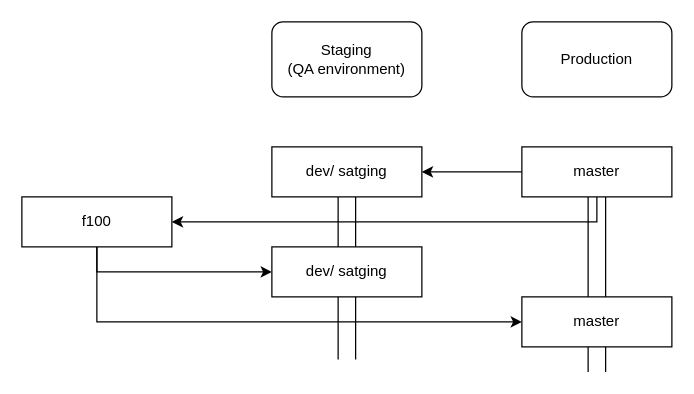
Above: page "Two Envs" (2 of 3) of github-workflow.drawio in moshe-pinhasi/git-workflow (draw.io), before the change. Source tidied: cells renumbered, new cells numbered last; positions are measured from the earlier drawing's top-left corner, leaving out a move shared by most shapes. Both pictures are drawn from the tidied source at 125%, with x=0, y=0 at pixel (21, 21).
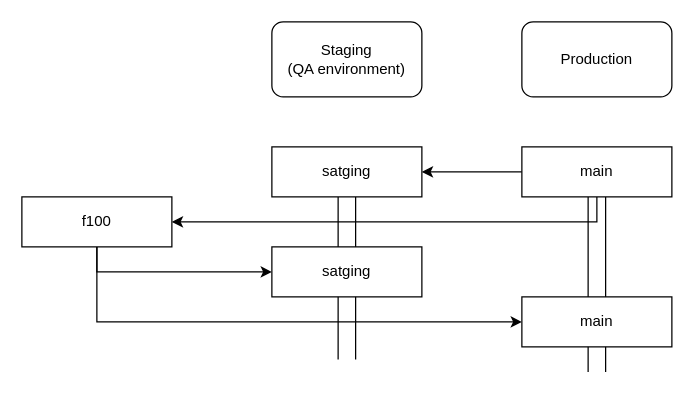
After the change.

The edit, as a diff of the source:
```diff
@@
 <mxGraphModel>
   <root>
     <mxCell id="0" />
     <mxCell id="1" parent="0" />
     <mxCell id="2" style="edgeStyle=orthogonalEdgeStyle;rounded=0;jettySize=auto;html=1;exitX=0;exitY=0.5;exitDx=0;exitDy=0;" parent="1" edge="1" source="4" target="5">
       <mxGeometry relative="1" as="geometry" />
     </mxCell>
     <mxCell id="3" style="edgeStyle=orthogonalEdgeStyle;rounded=0;jettySize=auto;html=1;exitX=0.5;exitY=1;exitDx=0;exitDy=0;" parent="1" edge="1" source="4" target="7">
       <mxGeometry relative="1" as="geometry" />
     </mxCell>
-    <mxCell id="4" value="master" style="rounded=0;whiteSpace=wrap;html=1;" parent="1" vertex="1">
+    <mxCell id="4" value="main" style="rounded=0;whiteSpace=wrap;html=1;" parent="1" vertex="1">
       <mxGeometry x="400" y="100" width="120" height="40" as="geometry" />
     </mxCell>
-    <mxCell id="5" value="dev/ satging" style="rounded=0;whiteSpace=wrap;html=1;" parent="1" vertex="1">
+    <mxCell id="5" value="satging" style="rounded=0;whiteSpace=wrap;html=1;" parent="1" vertex="1">
       <mxGeometry x="200" y="100" width="120" height="40" as="geometry" />
     </mxCell>
     <mxCell id="6" style="edgeStyle=orthogonalEdgeStyle;rounded=0;jettySize=auto;html=1;exitX=0.5;exitY=1;exitDx=0;exitDy=0;entryX=0;entryY=0.5;entryDx=0;entryDy=0;" parent="1" edge="1" source="7" target="11">
       <mxGeometry relative="1" as="geometry" />
     </mxCell>
     <mxCell id="7" value="f100" style="rounded=0;whiteSpace=wrap;html=1;" parent="1" vertex="1">
       <mxGeometry y="140" width="120" height="40" as="geometry" />
     </mxCell>
     <mxCell id="8" style="shape=link;html=1;width=14;entryX=0.5;entryY=1;entryDx=0;entryDy=0;" parent="1" edge="1" target="5">
       <mxGeometry relative="1" as="geometry">
         <mxPoint x="260" y="270" as="sourcePoint" />
       </mxGeometry>
     </mxCell>
     <mxCell id="9" style="shape=link;html=1;width=14;entryX=0.5;entryY=1;entryDx=0;entryDy=0;" parent="1" edge="1" target="4">
       <mxGeometry relative="1" as="geometry">
         <mxPoint x="460" y="280" as="sourcePoint" />
       </mxGeometry>
     </mxCell>
     <mxCell id="10" style="edgeStyle=orthogonalEdgeStyle;rounded=0;jettySize=auto;html=1;exitX=0.5;exitY=1;exitDx=0;exitDy=0;entryX=0;entryY=0.5;entryDx=0;entryDy=0;" parent="1" edge="1" source="7" target="14">
       <mxGeometry relative="1" as="geometry">
         <Array as="points">
           <mxPoint x="60" y="240" />
         </Array>
       </mxGeometry>
     </mxCell>
-    <mxCell id="11" value="dev/ satging" style="rounded=0;whiteSpace=wrap;html=1;" parent="1" vertex="1">
+    <mxCell id="11" value="satging" style="rounded=0;whiteSpace=wrap;html=1;" parent="1" vertex="1">
       <mxGeometry x="200" y="180" width="120" height="40" as="geometry" />
     </mxCell>
     <mxCell id="12" value="Staging &lt;br&gt;(QA environment)" style="rounded=1;whiteSpace=wrap;html=1;" parent="1" vertex="1">
       <mxGeometry x="200" width="120" height="60" as="geometry" />
     </mxCell>
     <mxCell id="13" value="Production" style="rounded=1;whiteSpace=wrap;html=1;" parent="1" vertex="1">
       <mxGeometry x="400" width="120" height="60" as="geometry" />
     </mxCell>
-    <mxCell id="14" value="master" style="rounded=0;whiteSpace=wrap;html=1;" parent="1" vertex="1">
+    <mxCell id="14" value="main" style="rounded=0;whiteSpace=wrap;html=1;" parent="1" vertex="1">
       <mxGeometry x="400" y="220" width="120" height="40" as="geometry" />
     </mxCell>
   </root>
 </mxGraphModel>
```
